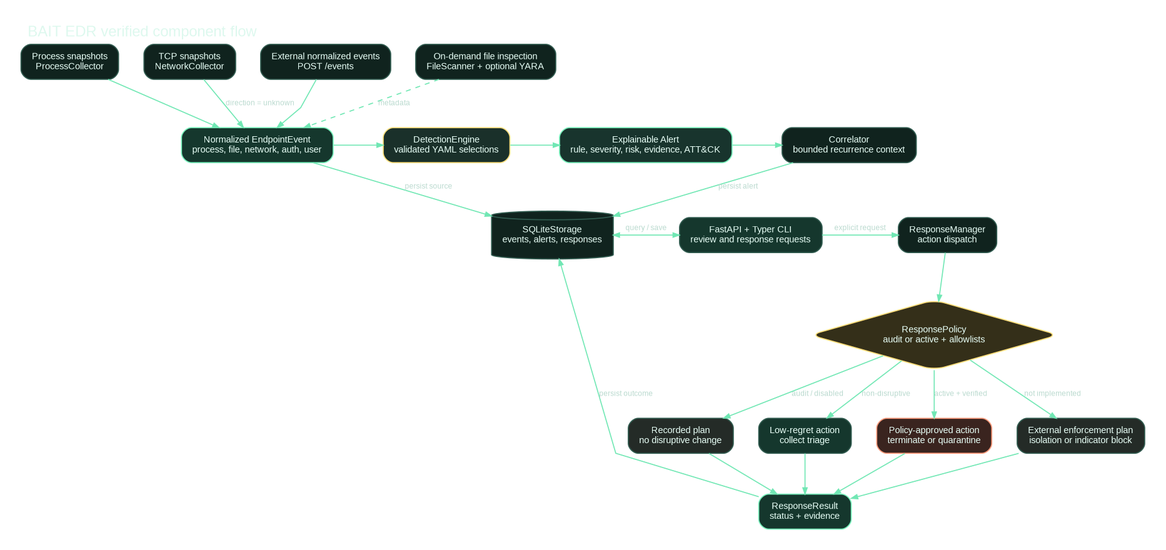
Before: docs/assets/architecture.png, a diagram exported from Graphviz (sunilgentyala/bait-edr). Its source is kept beside it as docs/diagrams/architecture.dot. Its diagram source:
```dot
digraph BAITArchitecture {
  graph [
    rankdir=TB,
    bgcolor="transparent",
    pad="0.35",
    nodesep="0.42",
    ranksep="0.65",
    splines=polyline,
    fontname="Arial",
    fontsize=18,
    fontcolor="#DDF8EE",
    label="BAIT EDR verified component flow",
    labelloc=t,
    labeljust=l
  ];
  node [
    shape=box,
    style="rounded,filled",
    fontname="Arial",
    fontsize=11,
    color="#315C50",
    fillcolor="#10231E",
    fontcolor="#E8FFF7",
    margin="0.18,0.12",
    penwidth=1.3
  ];
  edge [
    color="#71E7B4",
    fontcolor="#B9D9CE",
    fontname="Arial",
    fontsize=9,
    arrowsize=0.75,
    penwidth=1.25
  ];

  subgraph cluster_sources {
    label="Telemetry sources";
    color="#27483F";
    fontcolor="#9FBEB3";
    style="rounded,dashed";
    process [label="Process snapshots\nProcessCollector"];
    network [label="TCP snapshots\nNetworkCollector"];
    ingest [label="External normalized events\nPOST /events"];
    yara [label="On-demand file inspection\nFileScanner + optional YARA"];
  }

  event [label="Normalized EndpointEvent\nprocess, file, network, auth, user", fillcolor="#15372D", color="#79F2BD"];
  engine [label="DetectionEngine\nvalidated YAML selections", fillcolor="#1A302A", color="#FFE07D"];
  alert [label="Explainable Alert\nrule, severity, risk, evidence, ATT&CK", fillcolor="#18342D", color="#79F2BD"];
  correlate [label="Correlator\nbounded recurrence context"];
  store [label="SQLiteStorage\nevents, alerts, responses", shape=cylinder, fillcolor="#10231E"];
  surfaces [label="FastAPI + Typer CLI\nreview and response requests", fillcolor="#15372D"];
  manager [label="ResponseManager\naction dispatch"];
  policy [label="ResponsePolicy\naudit or active + allowlists", shape=diamond, fillcolor="#342F19", color="#FFE07D"];
  planned [label="Recorded plan\nno disruptive change", fillcolor="#242B27"];
  safe [label="Low-regret action\ncollect triage", fillcolor="#15372D"];
  active [label="Policy-approved action\nterminate or quarantine", fillcolor="#3A241F", color="#FF9C7D"];
  external [label="External enforcement plan\nisolation or indicator block", fillcolor="#242B27"];
  result [label="ResponseResult\nstatus + evidence", fillcolor="#15372D", color="#79F2BD"];

  { rank=same; process; network; ingest; yara; }
  { rank=same; event; engine; alert; correlate; }
  { rank=same; store; surfaces; manager; }
  { rank=same; planned; safe; active; external; }

  process -> event;
  network -> event [label="direction = unknown"];
  ingest -> event;
  yara -> event [style=dashed, label="metadata"];
  event -> engine;
  event -> store [label="persist source"];
  engine -> alert;
  alert -> correlate;
  correlate -> store [label="persist alert"];
  store -> surfaces [dir=both, label="query / save"];
  surfaces -> manager [label="explicit request"];
  manager -> policy;
  policy -> planned [label="audit / disabled"];
  policy -> safe [label="non-disruptive"];
  policy -> active [label="active + verified"];
  policy -> external [label="not implemented"];
  planned -> result;
  safe -> result;
  active -> result;
  external -> result;
  result -> store [label="persist outcome"];
}
```
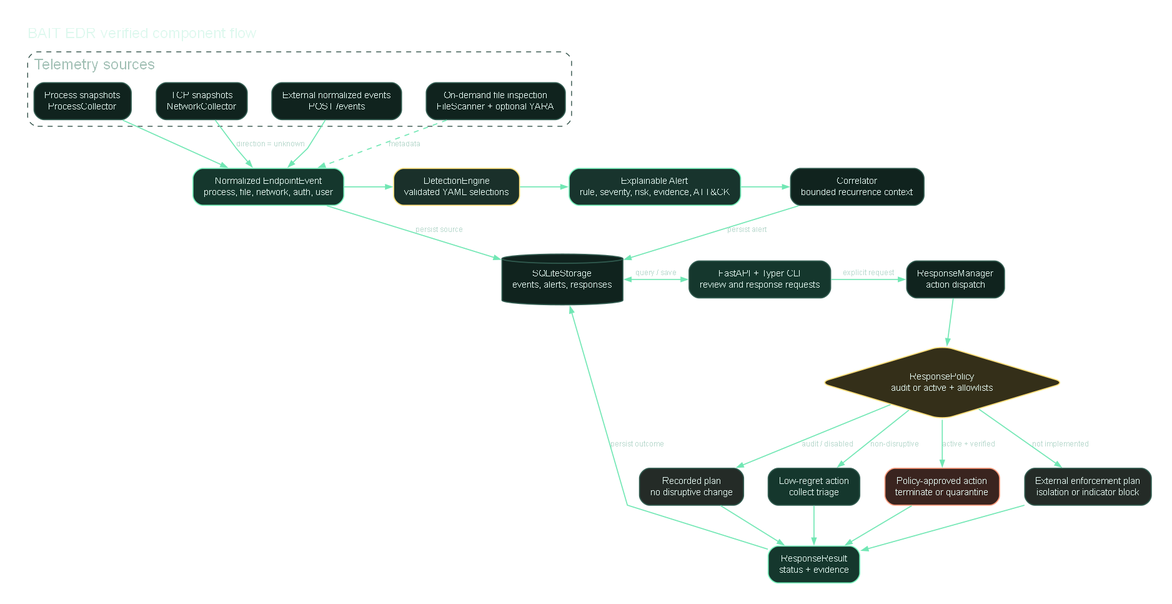
The same diagram one commit later.

Change to the diagram source:
```diff
@@ -58,7 +58,6 @@
   external [label="External enforcement plan\nisolation or indicator block", fillcolor="#242B27"];
   result [label="ResponseResult\nstatus + evidence", fillcolor="#15372D", color="#79F2BD"];
 
-  { rank=same; process; network; ingest; yara; }
   { rank=same; event; engine; alert; correlate; }
   { rank=same; store; surfaces; manager; }
   { rank=same; planned; safe; active; external; }
```
